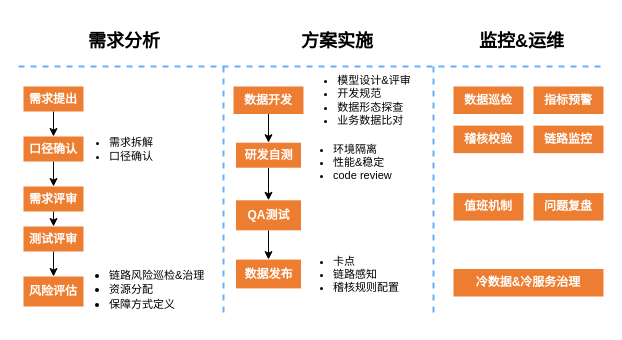
Before: mt质量保障.drawio in mineminemine123/work-wiki, a draw.io diagram. Source tidied: cells renumbered, new cells numbered last; positions are measured from the earlier drawing's top-left corner, leaving out a move shared by most shapes. Both pictures are drawn from the tidied source at 100%, with x=0, y=0 at pixel (18, 26).
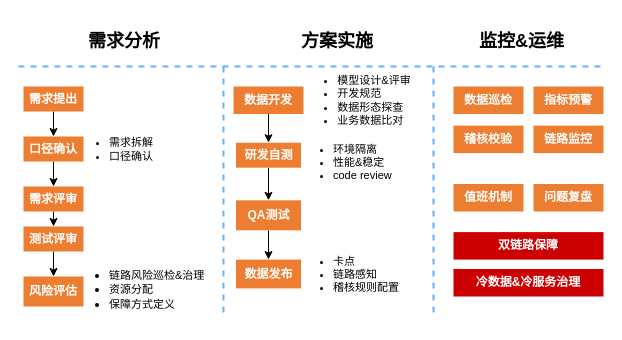
The same page after the edit.

Commit message:
更新mt质量保障.drawio

Diff of the diagram source:
```diff
@@
     <mxCell id="26" value="&lt;font color=&quot;#ffffff&quot;&gt;&lt;b&gt;值班机制&lt;/b&gt;&lt;/font&gt;" style="rounded=0;whiteSpace=wrap;html=1;strokeColor=none;fillColor=#ed7d31;fontFamily=微软雅黑;" parent="1" vertex="1">
-      <mxGeometry x="435" y="166.6" width="70" height="27.5" as="geometry" />
+      <mxGeometry x="435" y="157.5" width="70" height="27.5" as="geometry" />
     </mxCell>
@@
-    <mxCell id="30" value="&lt;font color=&quot;#ffffff&quot;&gt;&lt;b&gt;冷数据&amp;amp;冷服务治理&lt;/b&gt;&lt;/font&gt;" style="rounded=0;whiteSpace=wrap;html=1;strokeColor=none;fillColor=#ed7d31;fontFamily=微软雅黑;" parent="1" vertex="1">
+    <mxCell id="30" value="&lt;font color=&quot;#ffffff&quot;&gt;&lt;b&gt;冷数据&amp;amp;冷服务治理&lt;/b&gt;&lt;/font&gt;" style="rounded=0;whiteSpace=wrap;html=1;strokeColor=none;fillColor=#CC0000;fontFamily=微软雅黑;" parent="1" vertex="1">
       <mxGeometry x="435" y="242.5" width="150" height="27.5" as="geometry" />
     </mxCell>
     <mxCell id="31" value="&lt;font color=&quot;#ffffff&quot;&gt;&lt;b&gt;问题复盘&lt;/b&gt;&lt;/font&gt;" style="rounded=0;whiteSpace=wrap;html=1;strokeColor=none;fillColor=#ed7d31;fontFamily=微软雅黑;" parent="1" vertex="1">
-      <mxGeometry x="515" y="166.6" width="70" height="27.5" as="geometry" />
+      <mxGeometry x="515" y="157.5" width="70" height="27.5" as="geometry" />
     </mxCell>
@@
+    <mxCell id="36" value="&lt;font color=&quot;#ffffff&quot;&gt;&lt;b&gt;双链路保障&lt;/b&gt;&lt;/font&gt;" style="rounded=0;whiteSpace=wrap;html=1;strokeColor=none;fillColor=#CC0000;fontFamily=微软雅黑;" parent="1" vertex="1">
+      <mxGeometry x="435" y="205.6" width="150" height="27.5" as="geometry" />
+    </mxCell>
```
